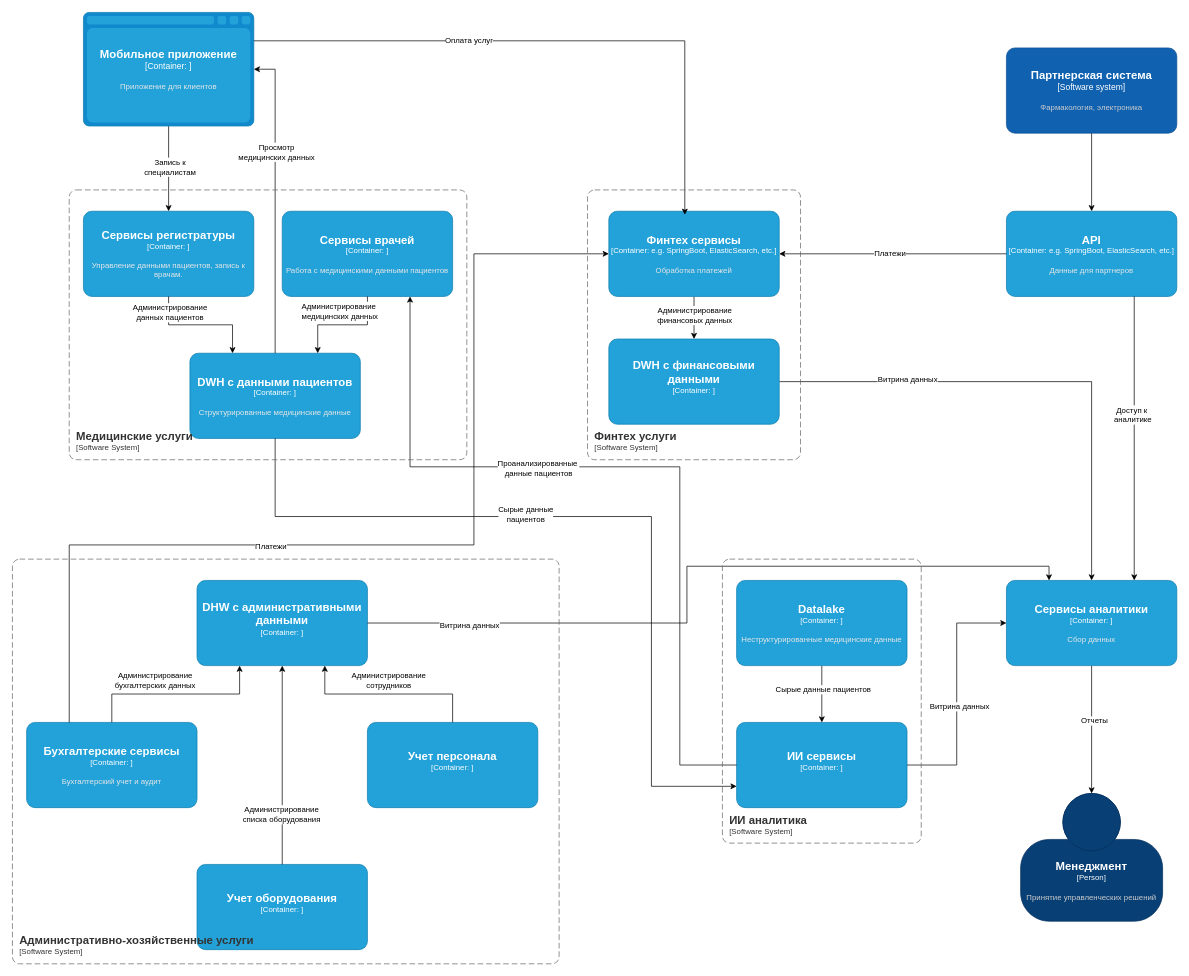
Before: Task1/c4-future.drawio in mikhel1984/architecture-future_2_0, a draw.io diagram. Source tidied: cells renumbered, new cells numbered last; positions are measured from the earlier drawing's top-left corner, leaving out a move shared by most shapes. Both pictures are drawn from the tidied source at 71%, with x=0, y=0 at pixel (12, 12).
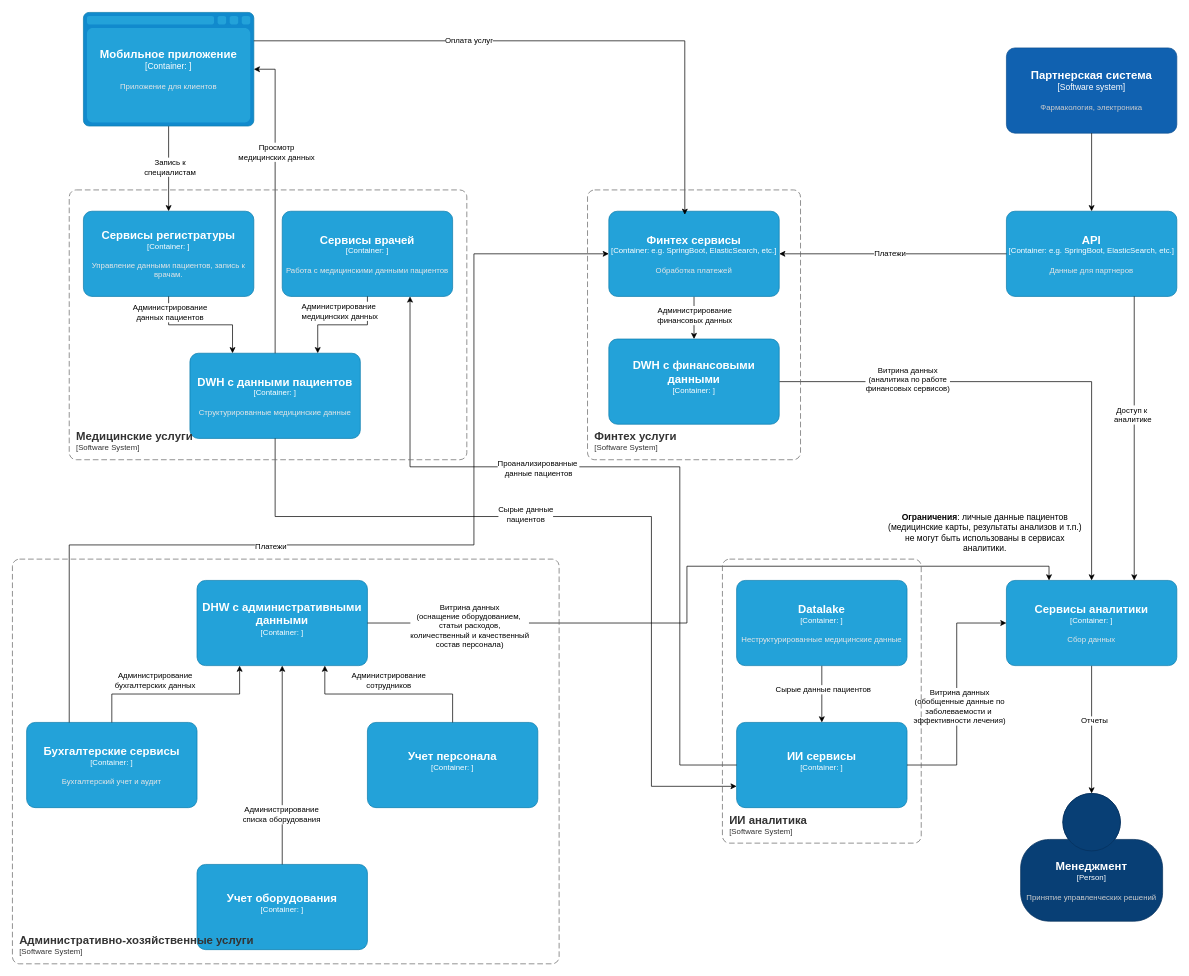
The same diagram, later.

Commit message:
Add data descriptions

The change refers to these unchanged cells:
```xml
<mxCell id="9" style="edgeStyle=orthogonalEdgeStyle;rounded=0;jettySize=auto;html=1;exitX=1;exitY=0.5;exitDx=0;exitDy=0;exitPerimeter=0;" parent="1" edge="1" source="11" target="46">
  <mxGeometry relative="1" as="geometry" />
</mxCell>
<mxCell id="51" style="edgeStyle=orthogonalEdgeStyle;rounded=0;jettySize=auto;html=1;exitX=1;exitY=0.5;exitDx=0;exitDy=0;exitPerimeter=0;entryX=0.25;entryY=0;entryDx=0;entryDy=0;entryPerimeter=0;" parent="1" edge="1" source="6" target="46">
  <mxGeometry relative="1" as="geometry" />
</mxCell>
<mxCell id="53" style="edgeStyle=orthogonalEdgeStyle;rounded=0;jettySize=auto;html=1;exitX=1;exitY=0.5;exitDx=0;exitDy=0;exitPerimeter=0;entryX=0;entryY=0.5;entryDx=0;entryDy=0;entryPerimeter=0;" parent="1" edge="1" source="21" target="46">
  <mxGeometry relative="1" as="geometry" />
</mxCell>
```

Diff of the diagram source:
```diff
@@
-    <mxCell id="10" value="Витрина данных" style="edgeLabel;html=1;align=center;verticalAlign=middle;" parent="9" vertex="1">
+    <mxCell id="10" value="&lt;div&gt;Витрина данных&lt;/div&gt;&lt;div&gt;(аналитика по работе&lt;/div&gt;&lt;div&gt;финансовых сервисов)&lt;/div&gt;" style="edgeLabel;html=1;align=center;verticalAlign=middle;" parent="9" vertex="1">
       <mxGeometry x="-0.5" y="4" relative="1" as="geometry" />
     </mxCell>
@@
-    <mxCell id="52" value="Витрина данных" style="edgeLabel;html=1;align=center;verticalAlign=middle;" parent="51" vertex="1">
+    <mxCell id="52" value="&lt;div&gt;Витрина данных&lt;/div&gt;&lt;div&gt;(оснащение оборудованием,&amp;nbsp;&lt;/div&gt;&lt;div&gt;статьи расходов,&lt;/div&gt;&lt;div&gt;количественный и качественный&lt;/div&gt;&lt;div&gt;состав персонала)&lt;/div&gt;" style="edgeLabel;html=1;align=center;verticalAlign=middle;" parent="51" vertex="1">
       <mxGeometry x="-0.73" y="-3" relative="1" as="geometry" />
     </mxCell>
@@
-    <mxCell id="54" value="Витрина данных" style="edgeLabel;html=1;align=center;verticalAlign=middle;" parent="53" vertex="1">
+    <mxCell id="54" value="&lt;div&gt;Витрина данных&lt;/div&gt;&lt;div&gt;(обобщенные данные по&lt;/div&gt;&lt;div&gt;заболеваемости и&amp;nbsp;&lt;/div&gt;&lt;div&gt;эффективности лечения)&lt;/div&gt;" style="edgeLabel;html=1;align=center;verticalAlign=middle;" parent="53" vertex="1">
       <mxGeometry x="-0.1" y="-3" relative="1" as="geometry" />
     </mxCell>
@@
+    <mxCell id="61" value="&lt;b&gt;Ограничения&lt;/b&gt;: личные данные пациентов (медицинские карты, результаты анализов и т.п.) не могут быть использованы в сервисах аналитики." style="text;html=1;whiteSpace=wrap;strokeColor=none;fillColor=none;align=center;verticalAlign=middle;rounded=0;" parent="1" vertex="1">
+      <mxGeometry x="1230" y="695" width="280" height="75" as="geometry" />
+    </mxCell>
```
